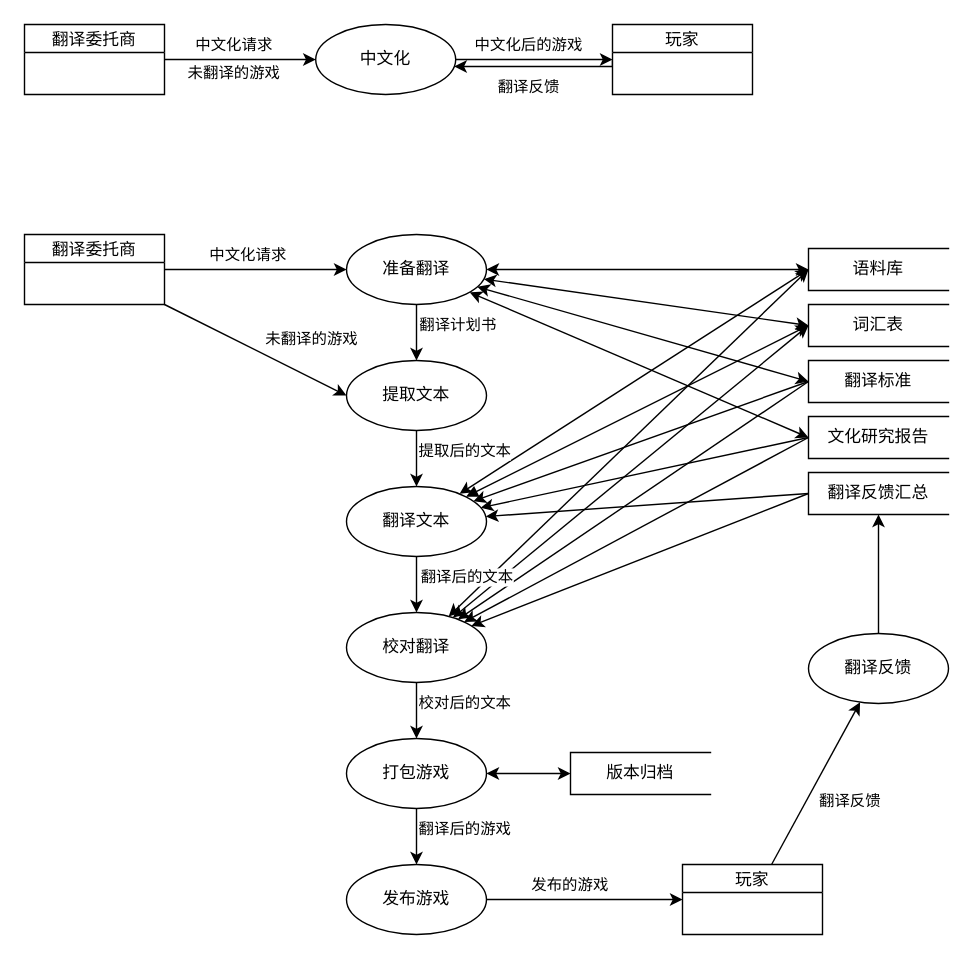
Before: 顶层DFD.drawio in icemeowzhi/bach_final_diags, a draw.io diagram. Source tidied: cells renumbered, new cells numbered last; positions are measured from the earlier drawing's top-left corner, leaving out a move shared by most shapes. Both pictures are drawn from the tidied source at 140%, with x=0, y=0 at pixel (24, 24).
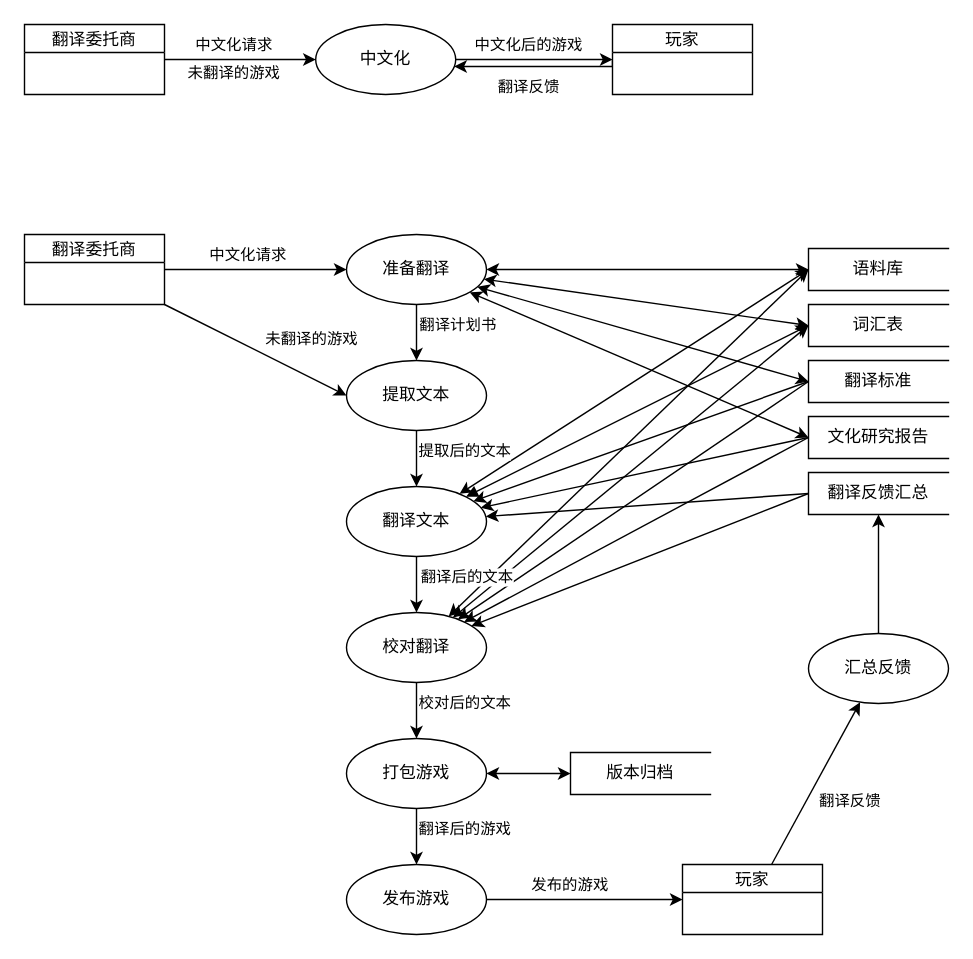
After the change.

Change to the diagram source:
```diff
@@
-    <mxCell id="50" value="翻译反馈" style="shape=ellipse;html=1;dashed=0;whiteSpace=wrap;perimeter=ellipsePerimeter;" parent="1" vertex="1">
+    <mxCell id="50" value="汇总反馈" style="shape=ellipse;html=1;dashed=0;whiteSpace=wrap;perimeter=ellipsePerimeter;" parent="1" vertex="1">
       <mxGeometry x="560" y="435" width="100" height="50" as="geometry" />
     </mxCell>
```
